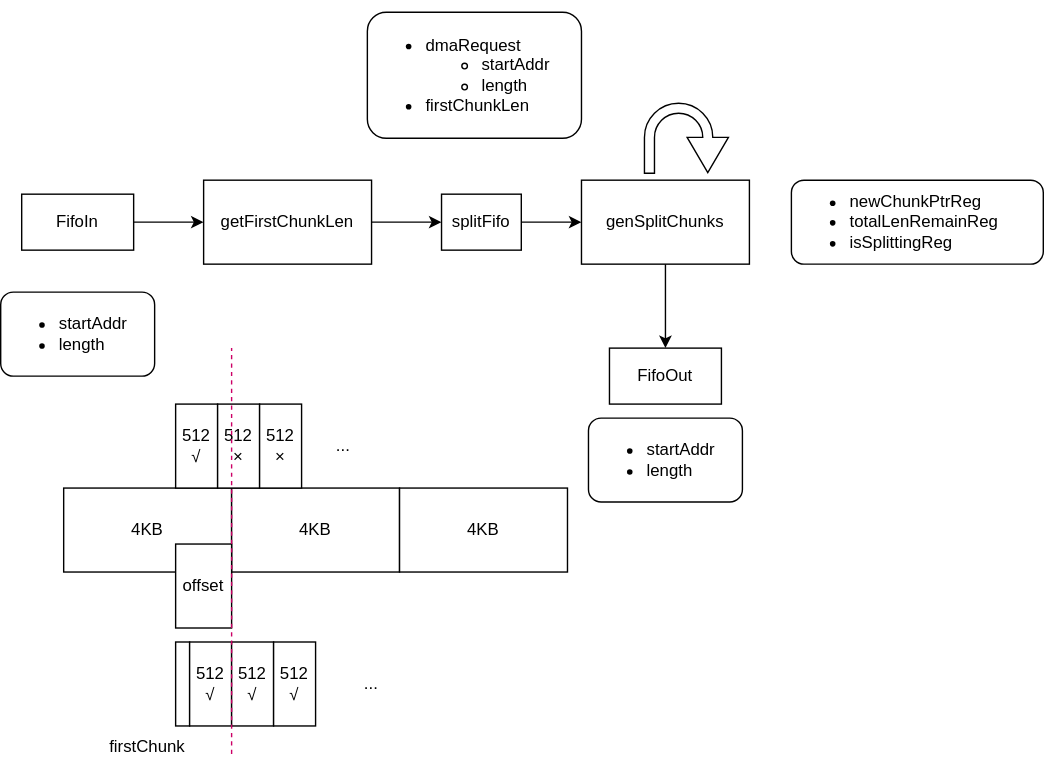
This is img/chunkSplit.drawio.svg from datenlord/blue-dmac, a draw.io export, as it was before one commit. Source tidied: cells renumbered, new cells last; positions are measured from the earlier drawing's top-left corner, leaving out a move shared by most shapes.
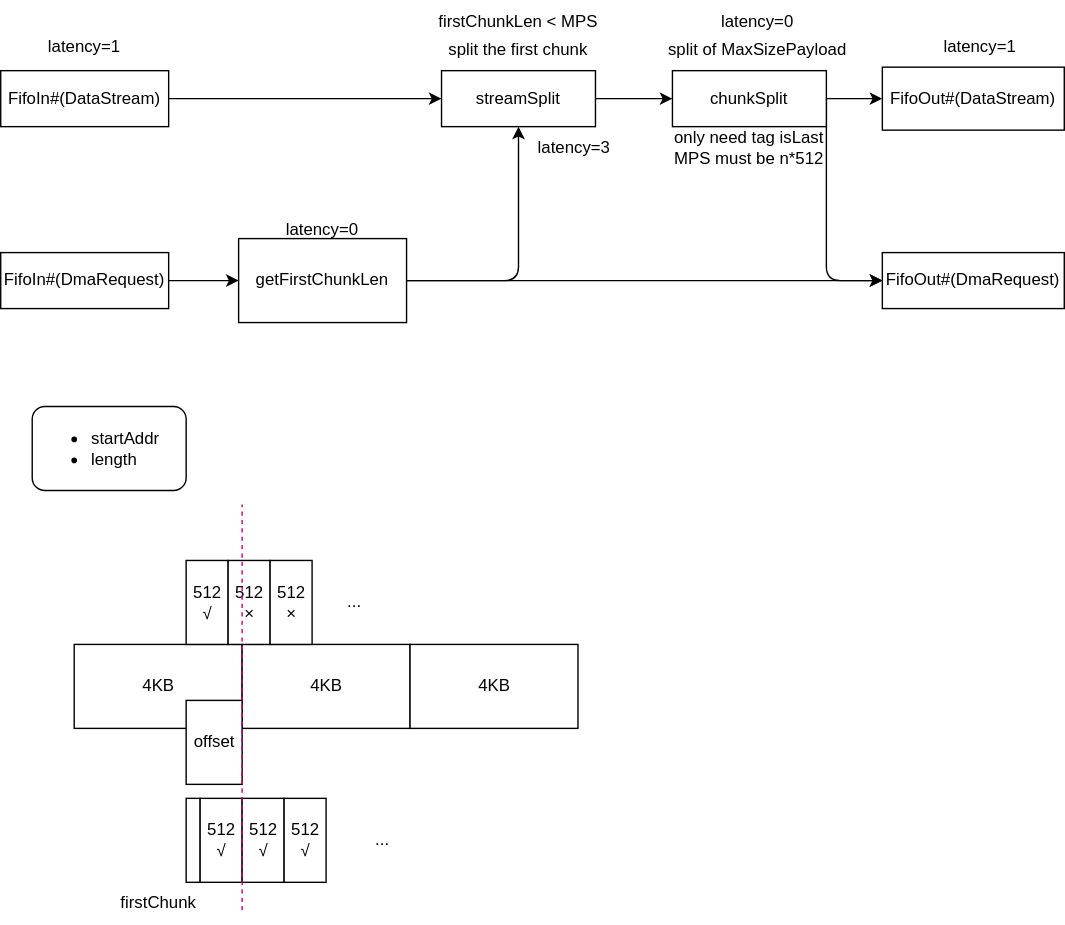
The same file after the commit.

Change to the diagram source:
```diff
@@ -5,45 +5,25 @@
     <mxCell id="2" style="edgeStyle=none;html=1;exitX=1;exitY=0.5;exitDx=0;exitDy=0;entryX=0;entryY=0.5;entryDx=0;entryDy=0;" parent="1" edge="1" source="3" target="5">
       <mxGeometry relative="1" as="geometry" />
     </mxCell>
-    <mxCell id="3" value="FifoIn" style="rounded=0;whiteSpace=wrap;html=1;" parent="1" vertex="1">
-      <mxGeometry x="15" y="130" width="80" height="40" as="geometry" />
+    <mxCell id="3" value="FifoIn#(DmaRequest)" style="rounded=0;whiteSpace=wrap;html=1;" parent="1" vertex="1">
+      <mxGeometry x="-7.5" y="60" width="120" height="40" as="geometry" />
     </mxCell>
-    <mxCell id="4" style="edgeStyle=none;html=1;exitX=1;exitY=0.5;exitDx=0;exitDy=0;entryX=0;entryY=0.5;entryDx=0;entryDy=0;" parent="1" edge="1" source="5" target="7">
-      <mxGeometry relative="1" as="geometry" />
-    </mxCell>
+    <mxCell id="31" style="edgeStyle=none;html=1;exitX=1;exitY=0.5;exitDx=0;exitDy=0;entryX=0.5;entryY=1;entryDx=0;entryDy=0;" parent="1" edge="1" source="5" target="36">
+      <mxGeometry relative="1" as="geometry">
+        <Array as="points">
+          <mxPoint x="362.5" y="80" />
+        </Array>
+      </mxGeometry>
+    </mxCell>
+    <mxCell id="32" style="edgeStyle=none;html=1;exitX=1;exitY=0.5;exitDx=0;exitDy=0;entryX=0;entryY=0.5;entryDx=0;entryDy=0;" parent="1" edge="1" source="5" target="45">
+      <mxGeometry relative="1" as="geometry" />
+    </mxCell>
     <mxCell id="5" value="getFirstChunkLen" style="rounded=0;whiteSpace=wrap;html=1;" parent="1" vertex="1">
-      <mxGeometry x="145" y="120" width="120" height="60" as="geometry" />
+      <mxGeometry x="162.5" y="50" width="120" height="60" as="geometry" />
     </mxCell>
-    <mxCell id="6" style="edgeStyle=none;html=1;exitX=1;exitY=0.5;exitDx=0;exitDy=0;entryX=0;entryY=0.5;entryDx=0;entryDy=0;" parent="1" edge="1" source="7" target="9">
-      <mxGeometry relative="1" as="geometry" />
-    </mxCell>
-    <mxCell id="7" value="splitFifo" style="rounded=0;whiteSpace=wrap;html=1;" parent="1" vertex="1">
-      <mxGeometry x="315" y="130" width="57" height="40" as="geometry" />
-    </mxCell>
-    <mxCell id="8" style="edgeStyle=none;html=1;exitX=0.5;exitY=1;exitDx=0;exitDy=0;entryX=0.5;entryY=0;entryDx=0;entryDy=0;" parent="1" edge="1" source="9" target="11">
-      <mxGeometry relative="1" as="geometry" />
-    </mxCell>
-    <mxCell id="9" value="genSplitChunks" style="rounded=0;whiteSpace=wrap;html=1;" parent="1" vertex="1">
-      <mxGeometry x="415" y="120" width="120" height="60" as="geometry" />
-    </mxCell>
-    <mxCell id="10" value="&lt;ul&gt;&lt;li&gt;dmaRequest&lt;/li&gt;&lt;ul&gt;&lt;li&gt;startAddr&lt;/li&gt;&lt;li&gt;length&lt;/li&gt;&lt;/ul&gt;&lt;li&gt;firstChunkLen&lt;/li&gt;&lt;/ul&gt;" style="rounded=1;whiteSpace=wrap;html=1;align=left;" parent="1" vertex="1">
-      <mxGeometry x="262" width="153" height="90" as="geometry" />
-    </mxCell>
-    <mxCell id="11" value="FifoOut" style="rounded=0;whiteSpace=wrap;html=1;" parent="1" vertex="1">
-      <mxGeometry x="435" y="240" width="80" height="40" as="geometry" />
-    </mxCell>
-    <mxCell id="12" style="html=1;shadow=0;dashed=0;align=center;verticalAlign=middle;shape=mxgraph.arrows2.uTurnArrow;dy=3.58;arrowHead=29.5;dx2=25.14;rotation=90;" parent="1" vertex="1">
-      <mxGeometry x="465" y="60" width="50" height="60" as="geometry" />
-    </mxCell>
     <mxCell id="13" value="&lt;ul&gt;&lt;li&gt;startAddr&lt;/li&gt;&lt;li&gt;length&lt;/li&gt;&lt;/ul&gt;" style="rounded=1;whiteSpace=wrap;html=1;align=left;" parent="1" vertex="1">
-      <mxGeometry y="200" width="110" height="60" as="geometry" />
+      <mxGeometry x="15" y="170" width="110" height="60" as="geometry" />
     </mxCell>
-    <mxCell id="14" value="&lt;ul&gt;&lt;li&gt;startAddr&lt;/li&gt;&lt;li&gt;length&lt;/li&gt;&lt;/ul&gt;" style="rounded=1;whiteSpace=wrap;html=1;align=left;" parent="1" vertex="1">
-      <mxGeometry x="420" y="290" width="110" height="60" as="geometry" />
-    </mxCell>
-    <mxCell id="15" value="&lt;ul&gt;&lt;li&gt;&lt;span style=&quot;background-color: initial;&quot;&gt;newChunkPtrReg&lt;/span&gt;&lt;/li&gt;&lt;li&gt;&lt;span style=&quot;background-color: initial;&quot;&gt;totalLenRemainReg&lt;/span&gt;&lt;/li&gt;&lt;li&gt;&lt;span style=&quot;background-color: initial;&quot;&gt;isSplittingReg&lt;/span&gt;&lt;/li&gt;&lt;/ul&gt;" style="rounded=1;whiteSpace=wrap;html=1;align=left;" parent="1" vertex="1">
-      <mxGeometry x="565" y="120" width="180" height="60" as="geometry" />
-    </mxCell>
     <mxCell id="16" value="4KB" style="rounded=0;whiteSpace=wrap;html=1;" parent="1" vertex="1">
       <mxGeometry x="45" y="340" width="120" height="60" as="geometry" />
     </mxCell>
@@ -92,5 +72,65 @@
         <mxPoint x="165" y="240" as="targetPoint" />
       </mxGeometry>
     </mxCell>
+    <mxCell id="33" style="edgeStyle=none;html=1;exitX=1;exitY=0.5;exitDx=0;exitDy=0;entryX=0;entryY=0.5;entryDx=0;entryDy=0;" parent="1" edge="1" source="34" target="36">
+      <mxGeometry relative="1" as="geometry" />
+    </mxCell>
+    <mxCell id="34" value="FifoIn#(DataStream)" style="rounded=0;whiteSpace=wrap;html=1;" parent="1" vertex="1">
+      <mxGeometry x="-7.5" y="-70" width="120" height="40" as="geometry" />
+    </mxCell>
+    <mxCell id="35" style="edgeStyle=none;html=1;exitX=1;exitY=0.5;exitDx=0;exitDy=0;" parent="1" edge="1" source="36">
+      <mxGeometry relative="1" as="geometry">
+        <mxPoint x="472.5" y="-50" as="targetPoint" />
+      </mxGeometry>
+    </mxCell>
+    <mxCell id="36" value="streamSplit" style="rounded=0;whiteSpace=wrap;html=1;" parent="1" vertex="1">
+      <mxGeometry x="307.5" y="-70" width="110" height="40" as="geometry" />
+    </mxCell>
+    <mxCell id="37" style="edgeStyle=none;html=1;exitX=1;exitY=0.5;exitDx=0;exitDy=0;entryX=0;entryY=0.5;entryDx=0;entryDy=0;" parent="1" edge="1" source="39" target="44">
+      <mxGeometry relative="1" as="geometry" />
+    </mxCell>
+    <mxCell id="38" style="edgeStyle=none;html=1;exitX=1;exitY=0.5;exitDx=0;exitDy=0;entryX=0;entryY=0.5;entryDx=0;entryDy=0;" parent="1" edge="1" source="39" target="45">
+      <mxGeometry relative="1" as="geometry">
+        <Array as="points">
+          <mxPoint x="582.5" y="80" />
+        </Array>
+      </mxGeometry>
+    </mxCell>
+    <mxCell id="39" value="chunkSplit" style="rounded=0;whiteSpace=wrap;html=1;" parent="1" vertex="1">
+      <mxGeometry x="472.5" y="-70" width="110" height="40" as="geometry" />
+    </mxCell>
+    <mxCell id="40" value="split the first chunk" style="text;html=1;strokeColor=none;fillColor=none;align=center;verticalAlign=middle;whiteSpace=wrap;rounded=0;" parent="1" vertex="1">
+      <mxGeometry x="299.5" y="-100" width="126" height="30" as="geometry" />
+    </mxCell>
+    <mxCell id="41" value="split of MaxSizePayload" style="text;html=1;strokeColor=none;fillColor=none;align=center;verticalAlign=middle;whiteSpace=wrap;rounded=0;" parent="1" vertex="1">
+      <mxGeometry x="464.5" y="-100" width="138" height="30" as="geometry" />
+    </mxCell>
+    <mxCell id="42" value="only need tag isLast&lt;br&gt;MPS must be n*512" style="text;html=1;strokeColor=none;fillColor=none;align=center;verticalAlign=middle;whiteSpace=wrap;rounded=0;" parent="1" vertex="1">
+      <mxGeometry x="458.5" y="-30" width="138" height="30" as="geometry" />
+    </mxCell>
+    <mxCell id="43" value="firstChunkLen &amp;lt; MPS" style="text;html=1;strokeColor=none;fillColor=none;align=center;verticalAlign=middle;whiteSpace=wrap;rounded=0;" parent="1" vertex="1">
+      <mxGeometry x="299.5" y="-120" width="126" height="30" as="geometry" />
+    </mxCell>
+    <mxCell id="44" value="FifoOut#(DataStream)" style="rounded=0;whiteSpace=wrap;html=1;" parent="1" vertex="1">
+      <mxGeometry x="622.5" y="-72.5" width="130" height="45" as="geometry" />
+    </mxCell>
+    <mxCell id="45" value="FifoOut#(DmaRequest)" style="rounded=0;whiteSpace=wrap;html=1;" parent="1" vertex="1">
+      <mxGeometry x="622.5" y="60" width="130" height="40" as="geometry" />
+    </mxCell>
+    <mxCell id="46" value="latency=0" style="text;html=1;strokeColor=none;fillColor=none;align=center;verticalAlign=middle;whiteSpace=wrap;rounded=0;" parent="1" vertex="1">
+      <mxGeometry x="192.5" y="29" width="60" height="30" as="geometry" />
+    </mxCell>
+    <mxCell id="47" value="latency=3" style="text;html=1;strokeColor=none;fillColor=none;align=center;verticalAlign=middle;whiteSpace=wrap;rounded=0;" parent="1" vertex="1">
+      <mxGeometry x="372.5" y="-30" width="60" height="30" as="geometry" />
+    </mxCell>
+    <mxCell id="48" value="latency=0" style="text;html=1;strokeColor=none;fillColor=none;align=center;verticalAlign=middle;whiteSpace=wrap;rounded=0;" parent="1" vertex="1">
+      <mxGeometry x="503.5" y="-120" width="60" height="30" as="geometry" />
+    </mxCell>
+    <mxCell id="49" value="latency=1" style="text;html=1;strokeColor=none;fillColor=none;align=center;verticalAlign=middle;whiteSpace=wrap;rounded=0;" parent="1" vertex="1">
+      <mxGeometry x="662.5" y="-102.5" width="60" height="30" as="geometry" />
+    </mxCell>
+    <mxCell id="50" value="latency=1" style="text;html=1;strokeColor=none;fillColor=none;align=center;verticalAlign=middle;whiteSpace=wrap;rounded=0;" parent="1" vertex="1">
+      <mxGeometry x="22.5" y="-102.5" width="60" height="30" as="geometry" />
+    </mxCell>
   </root>
 </mxGraphModel>
```
